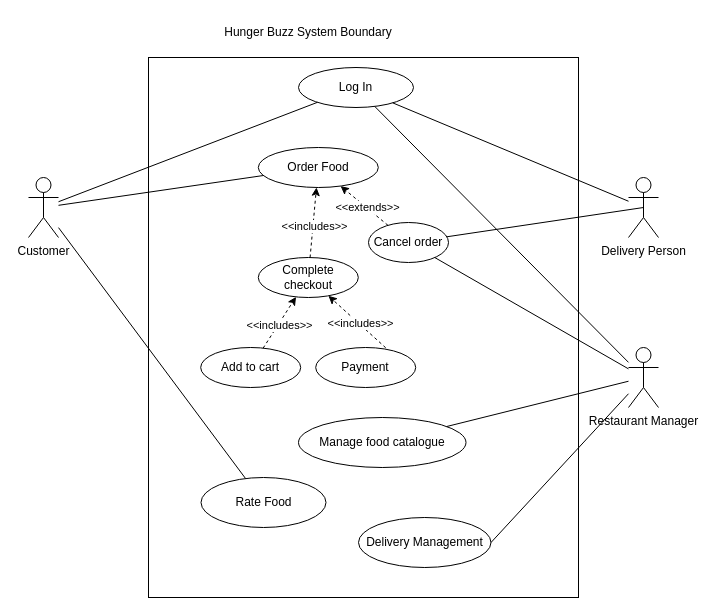
The draw.io diagram diagrams/Use Case/Use Case UML.drawio in callofthewild/hunger-buzz, before the edit. Source tidied: cells renumbered, new cells numbered last; positions are measured from the earlier drawing's top-left corner, leaving out a move shared by most shapes. Both pictures are drawn from the tidied source at 100%, with x=0, y=0 at pixel (28, 17).
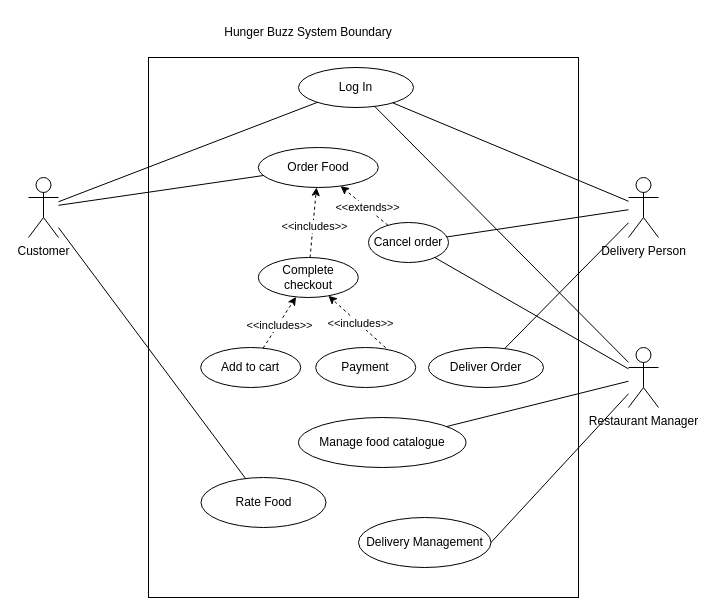
After the change.

Commit message:
added deliver food for use case

The change refers to these unchanged cells:
```xml
<mxCell id="7" value="Delivery Person" style="shape=umlActor;verticalLabelPosition=bottom;verticalAlign=top;html=1;outlineConnect=0;" parent="1" vertex="1">
  <mxGeometry x="600" y="160" width="30" height="60" as="geometry" />
</mxCell>
<mxCell id="22" value="Cancel order" style="ellipse;whiteSpace=wrap;html=1;" parent="1" vertex="1">
  <mxGeometry x="340" y="205" width="80" height="40" as="geometry" />
</mxCell>
```

What changed in the source:
```diff
@@
-    <mxCell id="25" style="endArrow=none;html=1;rounded=0;entryX=0.5;entryY=0.5;entryDx=0;entryDy=0;entryPerimeter=0;" parent="1" edge="1" source="22" target="7">
+    <mxCell id="25" style="endArrow=none;html=1;rounded=0;" parent="1" edge="1" source="22" target="7">
       <mxGeometry relative="1" as="geometry" />
     </mxCell>
@@
+    <mxCell id="33" value="&lt;div&gt;Deliver Order&lt;/div&gt;" style="ellipse;whiteSpace=wrap;html=1;" parent="1" vertex="1">
+      <mxGeometry x="400" y="330" width="115" height="40" as="geometry" />
+    </mxCell>
+    <mxCell id="34" style="endArrow=none;html=1;rounded=0;" parent="1" edge="1" source="33" target="7">
+      <mxGeometry relative="1" as="geometry" />
+    </mxCell>
```
